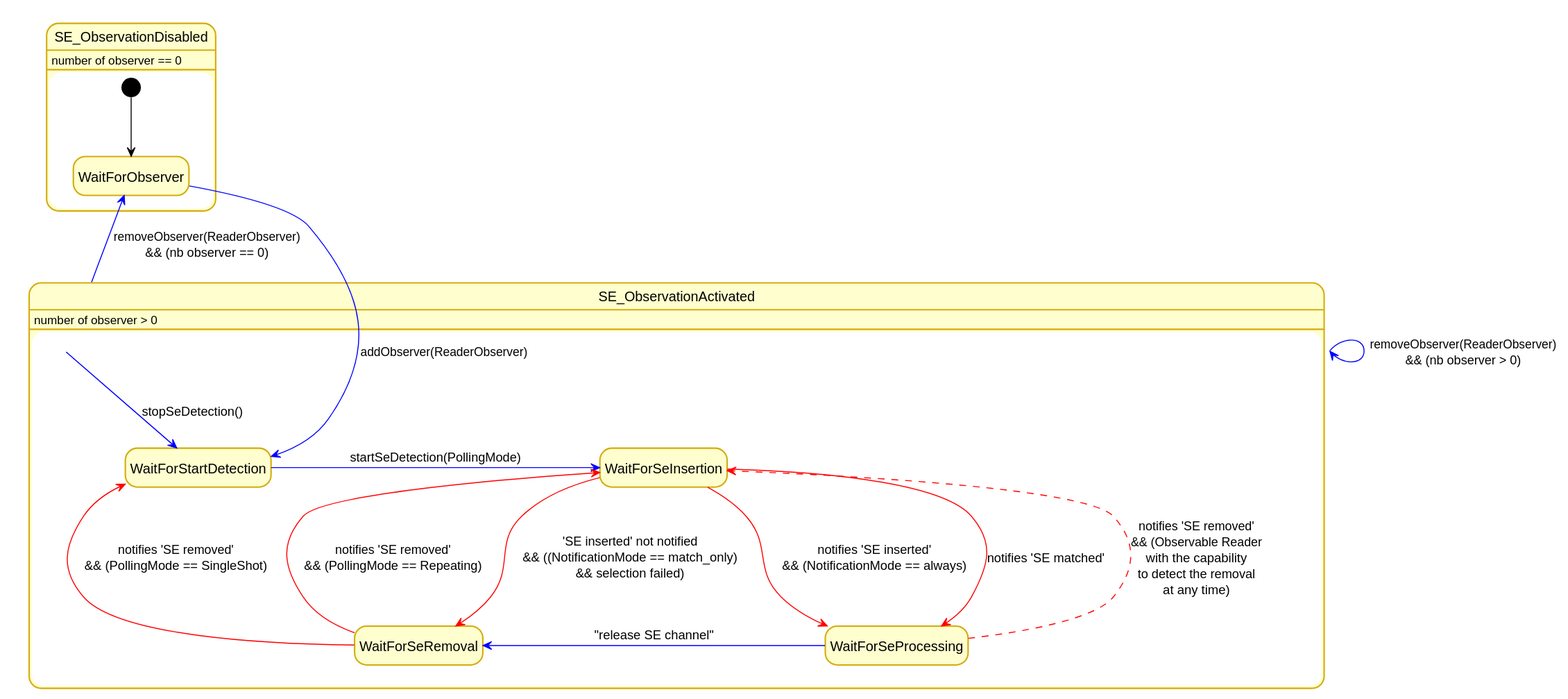
Before: docs/KeypleCoreApi/ApplicationApi/img/KeypleCore_ApplicationApi_StateDiag_SE_Proxy_ObservableReaderStates.svg, a diagram exported from PlantUML (calypsonet/keyple).
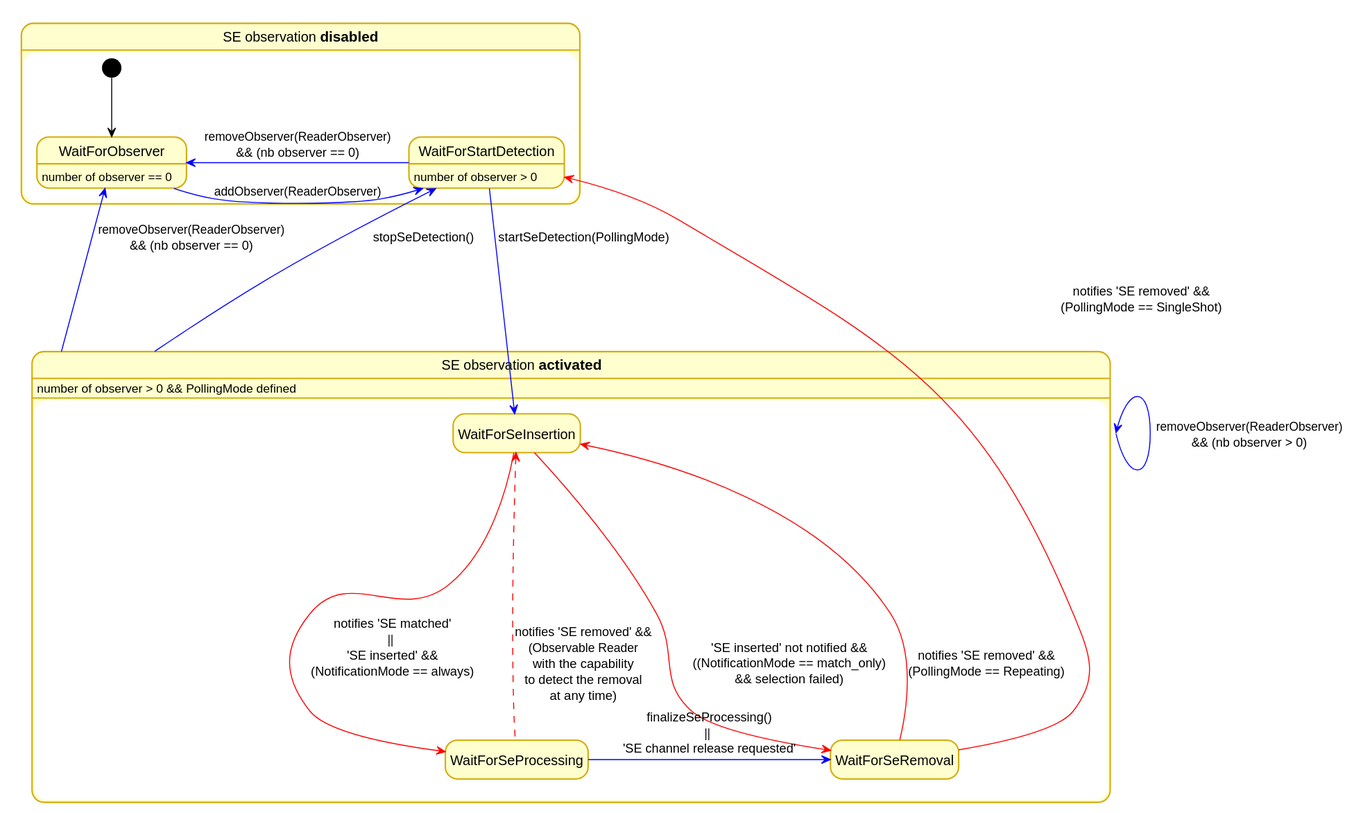
The same file after the commit.

Diff of the diagram source:
```diff
@@ -31,26 +31,29 @@
 hide <<grey>> stereotype
 hide empty description
 
-state SE_ObservationDisabled {
-[*] --[#Black]> WaitForObserver
+state "SE observation <b>disabled</b>" as SE_ObservationDisabled {
+  [*] --[#Black]> WaitForObserver
+  WaitForObserver -right[#Blue]-> WaitForStartDetection : \naddObserver(ReaderObserver)
+  WaitForObserver : number of observer == 0
+  WaitForStartDetection -left[#Blue]-> WaitForObserver : removeObserver(ReaderObserver)\n&& (nb observer == 0)
+  WaitForStartDetection : number of observer > 0
 }
 
-state SE_ObservationActivated {
-WaitForStartDetection -right[#Blue]-> WaitForSeInsertion : startSeDetection(PollingMode)
-WaitForSeInsertion -down[#Red]-> WaitForSeProcessing : notifies 'SE inserted'\n&& (NotificationMode == always)
-WaitForSeInsertion -down[#Red]-> WaitForSeProcessing : notifies 'SE matched'
-WaitForSeInsertion -down[#Red]-> WaitForSeRemoval : 'SE inserted' not notified\n&& ((NotificationMode == match_only)\n&& selection failed)
-WaitForSeProcessing -left[#Blue]-> WaitForSeRemoval : "release SE channel"
-WaitForSeRemoval -up[#Red]-> WaitForSeInsertion : notifies 'SE removed'\n&& (PollingMode == Repeating)
-WaitForSeRemoval -up[#Red]-> WaitForStartDetection : notifies 'SE removed'\n&& (PollingMode == SingleShot)
-WaitForSeProcessing -[#Red,dashed]-> WaitForSeInsertion : notifies 'SE removed'\n&& (Observable Reader\nwith the capability\nto detect the removal\nat any time)
+state "SE observation <b>activated</b>" as SE_ObservationActivated {
+  SE_ObservationActivated : number of observer > 0  &&  PollingMode defined
+  WaitForSeInsertion -down[#Red]-> WaitForSeProcessing : notifies 'SE matched'\n|| \n'SE inserted' &&\n(NotificationMode == always)\n\n
+  WaitForSeInsertion -down[#Red]-> WaitForSeRemoval : 'SE inserted' not notified &&\n((NotificationMode == match_only)\n&& selection failed)
+  WaitForSeRemoval -up[#Red]-> WaitForSeInsertion : notifies 'SE removed' &&\n(PollingMode == Repeating)
+  WaitForSeProcessing -up[#Red,dashed]-> WaitForSeInsertion : notifies 'SE removed' &&\n(Observable Reader\nwith the capability\nto detect the removal\nat any time)
+
+  WaitForSeProcessing -right[#Blue]-> WaitForSeRemoval : finalizeSeProcessing()\n|| \n'SE channel release requested'
 }
 
+WaitForStartDetection -down[#Blue]-> WaitForSeInsertion : startSeDetection(PollingMode)
 SE_ObservationActivated -up[#Blue]-> WaitForObserver : removeObserver(ReaderObserver)\n&& (nb observer == 0)
-WaitForObserver -down[#Blue]-> WaitForStartDetection : addObserver(ReaderObserver)
-SE_ObservationActivated -[#Blue]> SE_ObservationActivated : removeObserver(ReaderObserver)\n&& (nb observer > 0)
+SE_ObservationActivated -up[#Blue]-> WaitForStartDetection : stopSeDetection()
 
-SE_ObservationActivated -[#Blue]-> WaitForStartDetection : stopSeDetection()
-SE_ObservationDisabled : number of observer == 0
-SE_ObservationActivated : number of observer > 0
+SE_ObservationActivated -up[#Blue]-> SE_ObservationActivated : removeObserver(ReaderObserver)\n&& (nb observer > 0)
+
+WaitForSeRemoval -left[#Red]-> WaitForStartDetection : notifies 'SE removed' &&\n(PollingMode == SingleShot)\n\n\n\n\n\n\n\n\n\n\n\n\n\n\n\n\n
 @enduml
```
